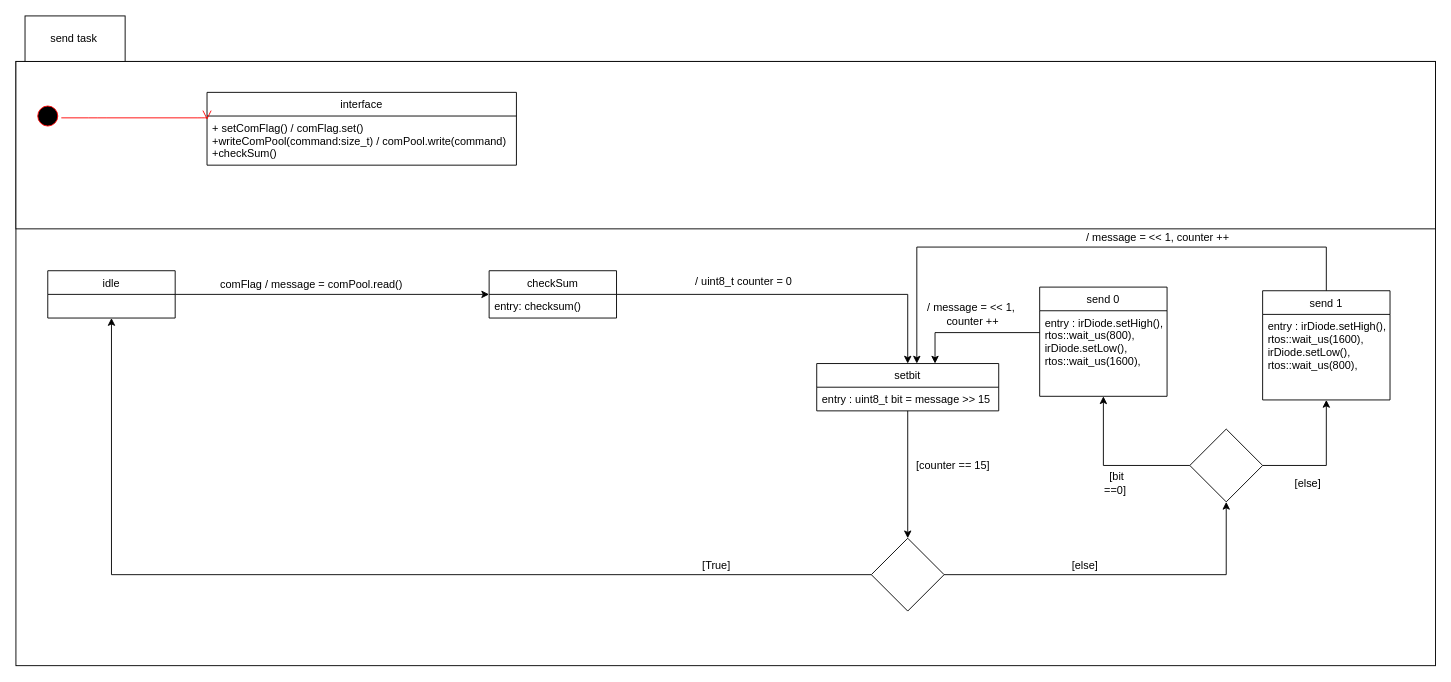
Above: docs/send task std.drawio in Vvamp/Themaopdracht-Devices (draw.io), before the change. Source tidied: cells renumbered, new cells numbered last; positions are measured from the earlier drawing's top-left corner, leaving out a move shared by most shapes. Both pictures are drawn from the tidied source at 91%, with x=0, y=0 at pixel (15, 15).
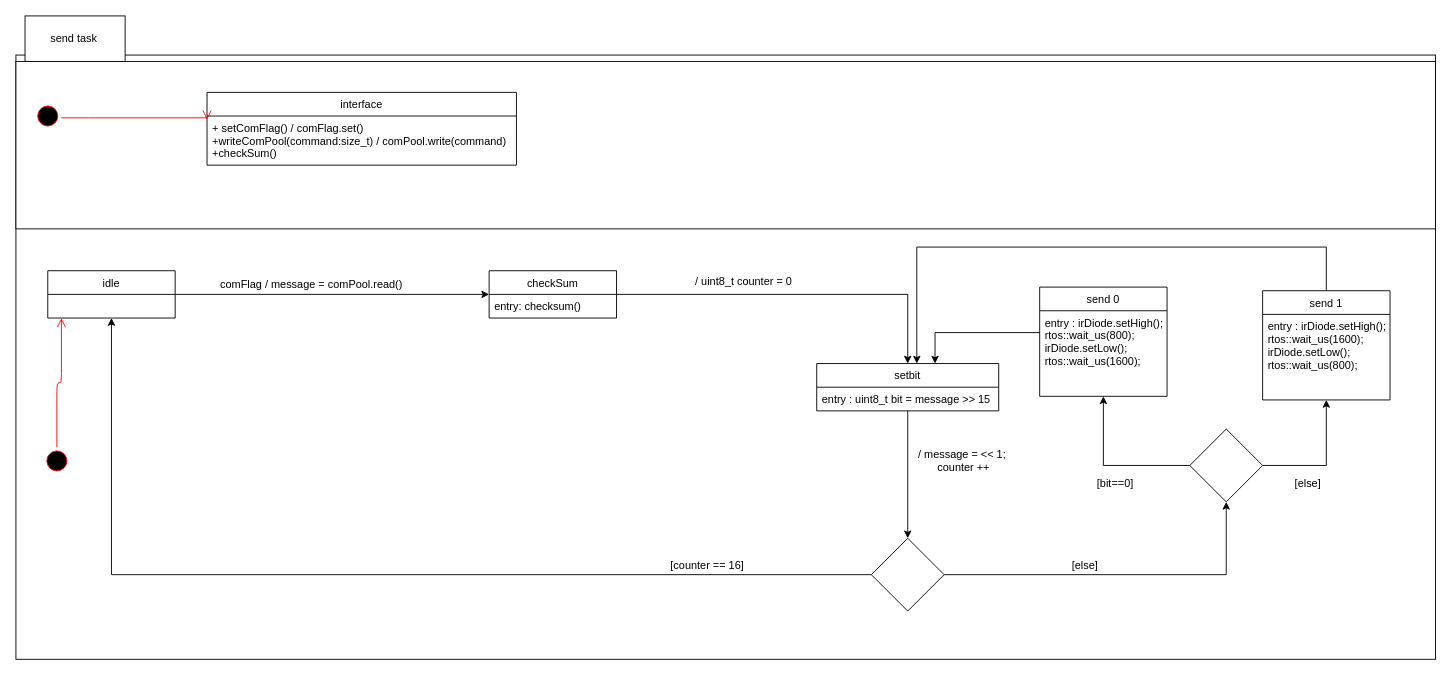
The same page after the edit.

Commit message:
nagekeken en goedgekeurd door groep

Unchanged cells that the change refers to:
```xml
<mxCell id="10" value="idle" style="swimlane;fontStyle=0;horizontal=1;startSize=26;fillColor=none;" parent="1" vertex="1">
  <mxGeometry x="35" y="280" width="140" height="52" as="geometry" />
</mxCell>
<mxCell id="28" value="send 0" style="swimlane;fontStyle=0;horizontal=1;startSize=26;fillColor=none;" parent="1" vertex="1">
  <mxGeometry x="1125" y="298" width="140" height="120" as="geometry" />
</mxCell>
<mxCell id="31" value="send 1" style="swimlane;fontStyle=0;horizontal=1;startSize=26;fillColor=none;" parent="1" vertex="1">
  <mxGeometry x="1370" y="302" width="140" height="120" as="geometry" />
</mxCell>
```

What changed in the source:
```diff
@@
     <mxCell id="2" style="rounded=0;whiteSpace=wrap;html=1;" parent="1" vertex="1">
-      <mxGeometry y="50" width="1560" height="664" as="geometry" />
+      <mxGeometry y="43" width="1560" height="664" as="geometry" />
     </mxCell>
@@
-    <mxCell id="21" value="[counter == 15]" style="text;html=1;strokeColor=none;fillColor=none;align=center;verticalAlign=middle;whiteSpace=wrap;rounded=0;" parent="1" vertex="1">
-      <mxGeometry x="980" y="484" width="100" height="20" as="geometry" />
+    <mxCell id="21" value="[counter == 16]" style="text;html=1;strokeColor=none;fillColor=none;align=center;verticalAlign=middle;whiteSpace=wrap;rounded=0;" parent="1" vertex="1">
+      <mxGeometry x="710" y="594" width="100" height="20" as="geometry" />
     </mxCell>
-    <mxCell id="22" value="[True]" style="text;html=1;strokeColor=none;fillColor=none;align=center;verticalAlign=middle;whiteSpace=wrap;rounded=0;" parent="1" vertex="1">
-      <mxGeometry x="750" y="594" width="40" height="20" as="geometry" />
-    </mxCell>
@@
-    <mxCell id="29" value="entry : irDiode.setHigh(),&#10;rtos::wait_us(800),&#10;irDiode.setLow(),&#10;rtos::wait_us(1600),&#10;" style="text;strokeColor=none;fillColor=none;align=left;verticalAlign=top;spacingLeft=4;spacingRight=4;overflow=hidden;" parent="28" vertex="1">
+    <mxCell id="29" value="entry : irDiode.setHigh();&#10;rtos::wait_us(800);&#10;irDiode.setLow();&#10;rtos::wait_us(1600);&#10;" style="text;strokeColor=none;fillColor=none;align=left;verticalAlign=top;spacingLeft=4;spacingRight=4;overflow=hidden;" parent="28" vertex="1">
       <mxGeometry y="26" width="140" height="94" as="geometry" />
     </mxCell>
@@
-    <mxCell id="32" value="entry : irDiode.setHigh(),&#10;rtos::wait_us(1600),&#10;irDiode.setLow(),&#10;rtos::wait_us(800)," style="text;strokeColor=none;fillColor=none;align=left;verticalAlign=top;spacingLeft=4;spacingRight=4;overflow=hidden;" parent="31" vertex="1">
+    <mxCell id="32" value="entry : irDiode.setHigh();&#10;rtos::wait_us(1600);&#10;irDiode.setLow();&#10;rtos::wait_us(800);" style="text;strokeColor=none;fillColor=none;align=left;verticalAlign=top;spacingLeft=4;spacingRight=4;overflow=hidden;" parent="31" vertex="1">
       <mxGeometry y="26" width="140" height="94" as="geometry" />
     </mxCell>
-    <mxCell id="33" value="[bit ==0]&amp;nbsp;" style="text;html=1;strokeColor=none;fillColor=none;align=center;verticalAlign=middle;whiteSpace=wrap;rounded=0;" parent="1" vertex="1">
+    <mxCell id="33" value="[bit==0]&amp;nbsp;" style="text;html=1;strokeColor=none;fillColor=none;align=center;verticalAlign=middle;whiteSpace=wrap;rounded=0;" parent="1" vertex="1">
       <mxGeometry x="1190" y="504" width="40" height="20" as="geometry" />
     </mxCell>
@@
-    <mxCell id="35" value="&lt;span style=&quot;text-align: left ; white-space: nowrap&quot;&gt;/ message = &amp;lt;&amp;lt; 1,&lt;br&gt;&amp;nbsp;&lt;/span&gt;&lt;span style=&quot;text-align: left ; white-space: nowrap&quot;&gt;counter ++&lt;/span&gt;" style="text;html=1;strokeColor=none;fillColor=none;align=center;verticalAlign=middle;whiteSpace=wrap;rounded=0;" parent="1" vertex="1">
-      <mxGeometry x="1030" y="318" width="40" height="20" as="geometry" />
+    <mxCell id="35" value="&lt;span style=&quot;text-align: left ; white-space: nowrap&quot;&gt;/ message = &amp;lt;&amp;lt; 1;&lt;br&gt;&amp;nbsp;&lt;/span&gt;&lt;span style=&quot;text-align: left ; white-space: nowrap&quot;&gt;counter ++&lt;/span&gt;" style="text;html=1;strokeColor=none;fillColor=none;align=center;verticalAlign=middle;whiteSpace=wrap;rounded=0;" parent="1" vertex="1">
+      <mxGeometry x="1020" y="479" width="40" height="20" as="geometry" />
     </mxCell>
-    <mxCell id="36" value="&lt;span style=&quot;text-align: left ; white-space: nowrap&quot;&gt;/ message = &amp;lt;&amp;lt; 1,&amp;nbsp;&lt;/span&gt;&lt;span style=&quot;text-align: left ; white-space: nowrap&quot;&gt;counter ++&lt;/span&gt;" style="text;html=1;strokeColor=none;fillColor=none;align=center;verticalAlign=middle;whiteSpace=wrap;rounded=0;" parent="1" vertex="1">
-      <mxGeometry x="1190" y="234" width="130" height="20" as="geometry" />
-    </mxCell>
@@
+    <mxCell id="38" style="ellipse;html=1;shape=startState;fillColor=#000000;strokeColor=#ff0000;" parent="1" vertex="1">
+      <mxGeometry x="30" y="474" width="30" height="30" as="geometry" />
+    </mxCell>
+    <mxCell id="39" style="edgeStyle=orthogonalEdgeStyle;html=1;verticalAlign=bottom;endArrow=open;endSize=8;strokeColor=#ff0000;" parent="1" edge="1" source="38" target="10">
+      <mxGeometry relative="1" as="geometry">
+        <Array as="points">
+          <mxPoint x="45" y="403" />
+          <mxPoint x="50" y="403" />
+        </Array>
+      </mxGeometry>
+    </mxCell>
```
